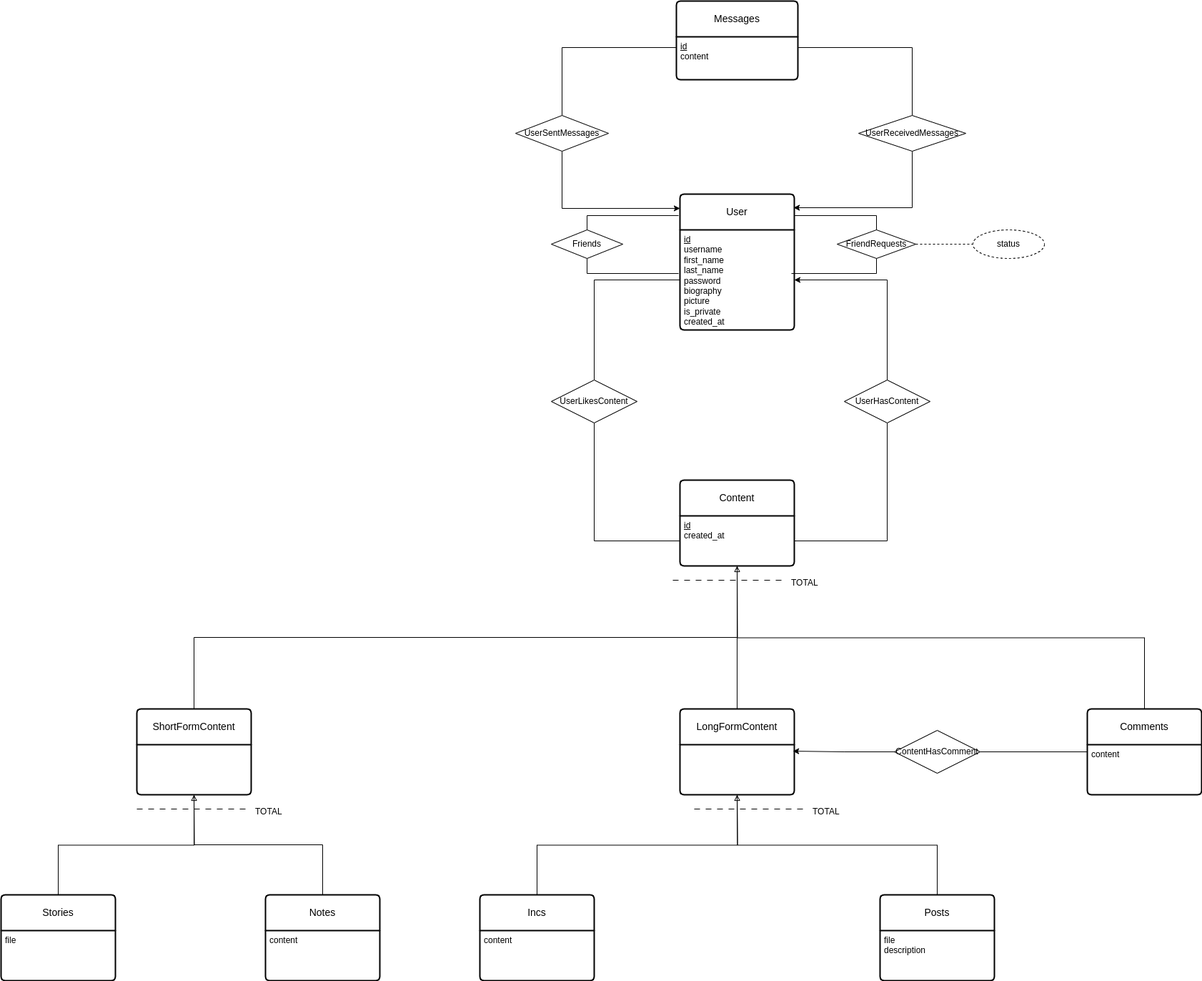
edagener0/Inclusion keeps this draw.io diagram as docs/database/ER/ModeloEntidadeRelacao.png. Above is the earlier version. Source tidied: cells renumbered, new cells last; positions are measured from the earlier drawing's top-left corner, leaving out a move shared by most shapes.
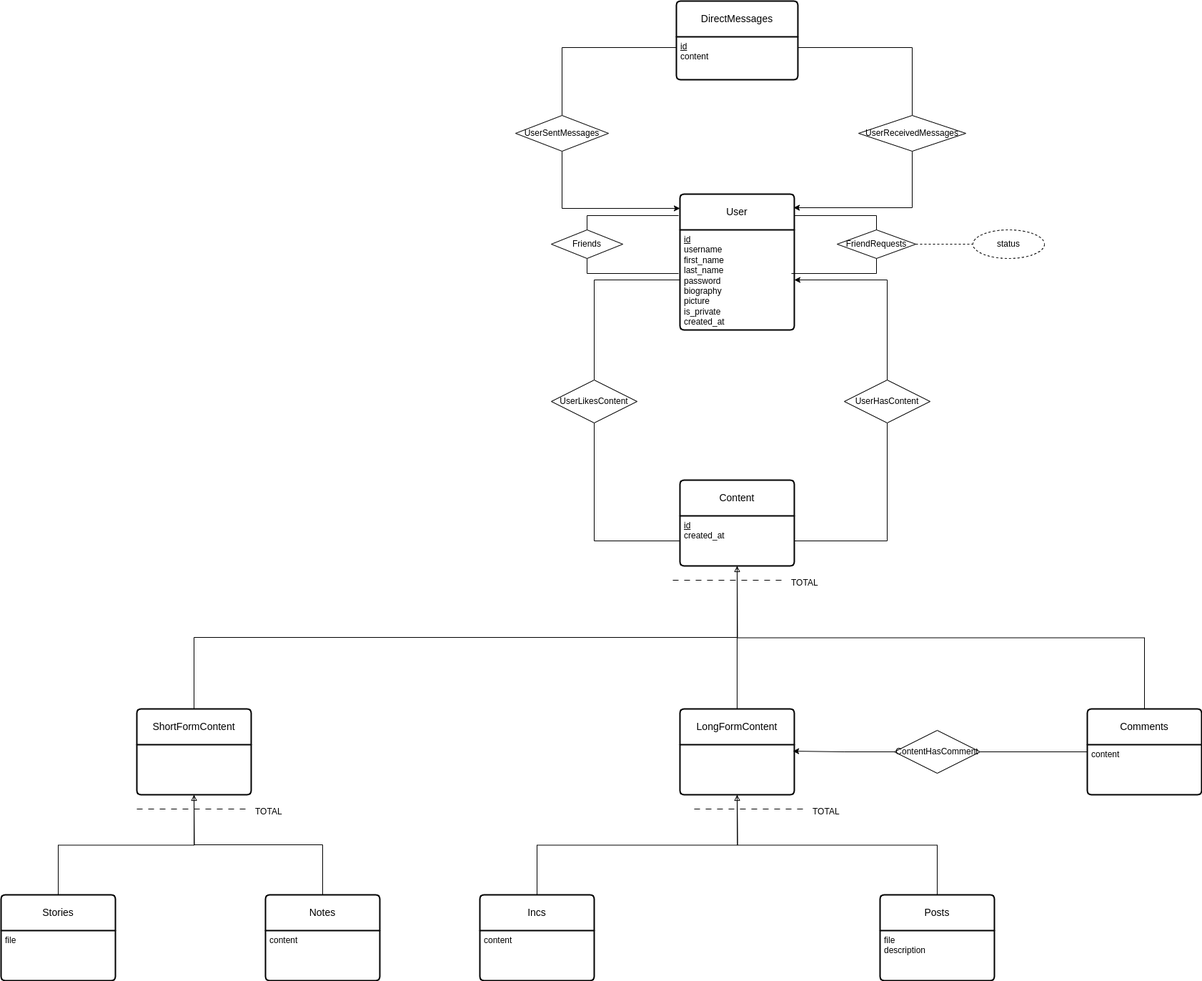
The same diagram one commit later.

Commit message:
Terminou-se a modelação do modelo entidade relação e relacional da base de dados.

Diff of the diagram source:
```diff
@@ -176,7 +176,7 @@
     <mxCell id="50" value="status" style="ellipse;whiteSpace=wrap;html=1;align=center;dashed=1;" parent="1" vertex="1">
       <mxGeometry x="1360" y="320" width="100" height="40" as="geometry" />
     </mxCell>
-    <mxCell id="51" value="Messages" style="swimlane;horizontal=1;startSize=50;rounded=1;fontSize=14;fontStyle=0;strokeWidth=2;shadow=0;dashed=0;align=center;arcSize=4;whiteSpace=wrap;html=1;" parent="1" vertex="1">
+    <mxCell id="51" value="DirectMessages" style="swimlane;horizontal=1;startSize=50;rounded=1;fontSize=14;fontStyle=0;strokeWidth=2;shadow=0;dashed=0;align=center;arcSize=4;whiteSpace=wrap;html=1;" parent="1" vertex="1">
       <mxGeometry x="945" width="170" height="110" as="geometry" />
     </mxCell>
     <mxCell id="52" value="&lt;div&gt;&lt;u&gt;id&lt;/u&gt;&lt;/div&gt;content" style="align=left;strokeColor=none;fillColor=none;spacingLeft=4;spacingRight=4;fontSize=12;verticalAlign=top;html=1;whiteSpace=wrap;" parent="51" vertex="1">
```
